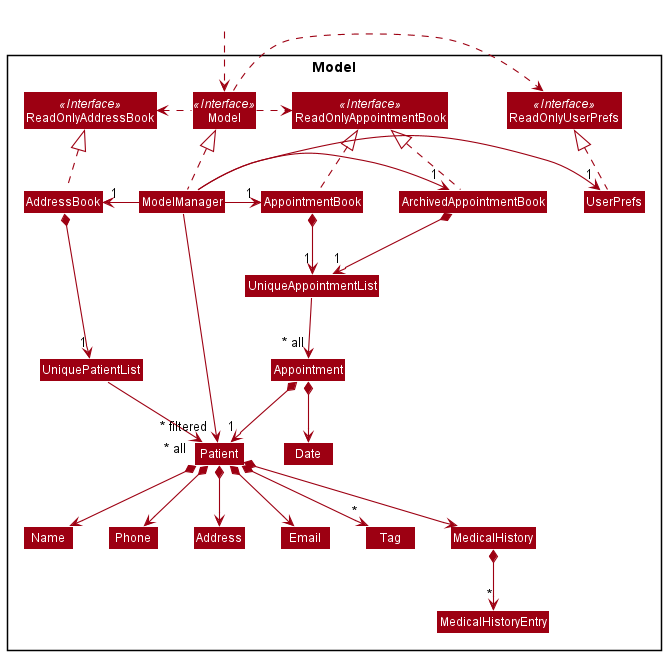
The PlantUML diagram docs/diagrams/ModelClassDiagram.png in rish-16/tp, before a commit.
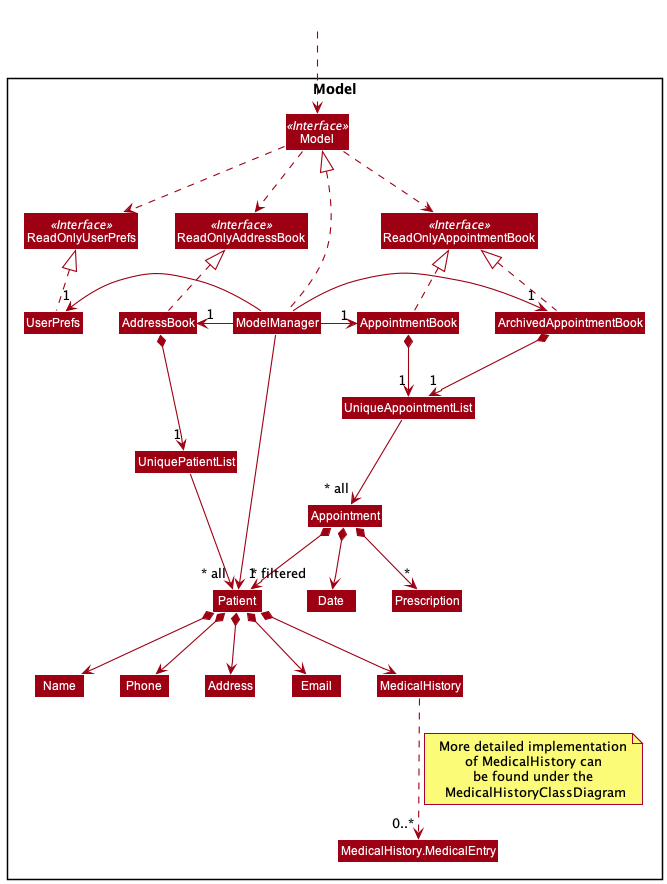
After the change.

Diff of the diagram source:
```diff
@@ -27,9 +27,9 @@
 Class Email
 Class Name
 Class Phone
-Class Tag
+Class Prescription
 Class MedicalHistory
-Class MedicalHistoryEntry
+Class MedicalHistory.MedicalEntry
 
 Class Appointment
 Class Date
@@ -43,35 +43,42 @@
 AppointmentBook .up.|> ReadOnlyAppointmentBook
 ArchivedAppointmentBook .up.|> ReadOnlyAppointmentBook
 
+
+Model .down.> ReadOnlyUserPrefs
+Model .down.> ReadOnlyAddressBook
+Model .down.> ReadOnlyAppointmentBook
 ModelManager .up.|> Model
-Model .right.> ReadOnlyUserPrefs
-Model .left.> ReadOnlyAddressBook
-Model .right.> ReadOnlyAppointmentBook
 ModelManager -left-> "1" AddressBook
-ModelManager -right-> "1" UserPrefs
+ModelManager -left-> "1" UserPrefs
+ModelManager -right-> "1" ArchivedAppointmentBook
 ModelManager -right-> "1" AppointmentBook
-ModelManager -right-> "1" ArchivedAppointmentBook
+
 UserPrefs .up.|> ReadOnlyUserPrefs
 
 AddressBook *--> "1" UniquePatientList
 AppointmentBook *--> "1" UniqueAppointmentList
 ArchivedAppointmentBook *--> "1" UniqueAppointmentList
-UniquePatientList --> "~* all" Patient
+
 Patient *--> Name
 Patient *--> Phone
 Patient *--> Email
 Patient *--> Address
-Patient *--> MedicalHistory
-Patient *--> "*" Tag
-MedicalHistory *--> "*" MedicalHistoryEntry
+
 
 UniqueAppointmentList --> "~* all" Appointment
+
 Appointment *--> Date
+
+Appointment *--> "*" Prescription
 Appointment *--> "1" Patient
 
 Name -[hidden]right-> Phone
 Phone -[hidden]right-> Address
 Address -[hidden]right-> Email
+UniquePatientList --> "~* all" Patient
 
 ModelManager -->"~* filtered" Patient
+Patient *--> MedicalHistory
+MedicalHistory -[dashed]-> "0..*"MedicalHistory.MedicalEntry
+note bottom on link: More detailed implementation\n of MedicalHistory can \nbe found under the\n MedicalHistoryClassDiagram
 @enduml
```
